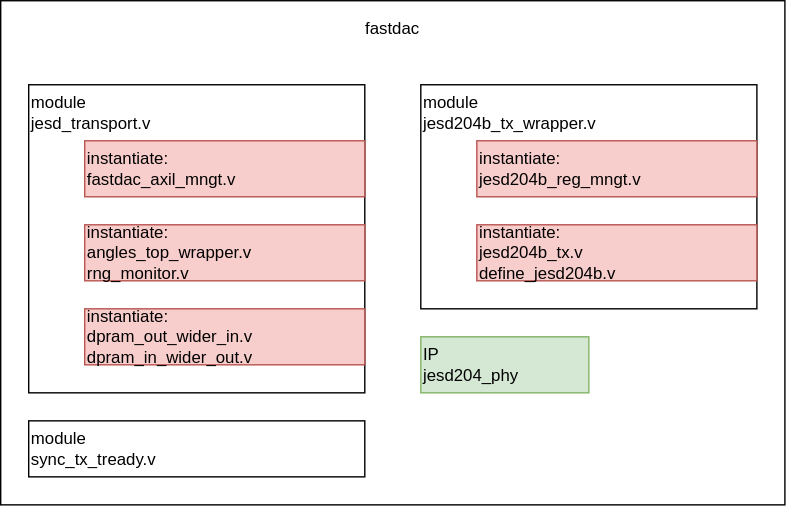
Earlier version of the draw.io export src/electronics/fpga/pics/fastdac_hier.svg (Veriqloud/kiwi_doc). Source tidied: cells renumbered, new cells last; positions are measured from the earlier drawing's top-left corner, leaving out a move shared by most shapes. Its diagram source:
```xml
<mxGraphModel background="#ffffff">
  <root>
    <mxCell id="0" />
    <mxCell id="1" parent="0" />
    <mxCell id="2" style="rounded=0;whiteSpace=wrap;html=1;fillColor=none;" parent="1" vertex="1">
      <mxGeometry width="560" height="360" as="geometry" />
    </mxCell>
    <mxCell id="3" style="rounded=0;whiteSpace=wrap;html=1;" parent="1" vertex="1">
      <mxGeometry x="20" y="60" width="240" height="220" as="geometry" />
    </mxCell>
    <mxCell id="4" value="&lt;div&gt;module&lt;/div&gt;&lt;div&gt;jesd_transport.v&lt;br&gt;&lt;/div&gt;" style="text;html=1;align=left;verticalAlign=middle;whiteSpace=wrap;rounded=0;" parent="1" vertex="1">
      <mxGeometry x="20" y="60" width="240" height="40" as="geometry" />
    </mxCell>
    <mxCell id="5" style="rounded=0;whiteSpace=wrap;html=1;" parent="1" vertex="1">
      <mxGeometry x="300" y="60" width="240" height="160" as="geometry" />
    </mxCell>
    <mxCell id="6" value="&lt;div&gt;module&lt;/div&gt;&lt;div&gt;jesd204b_tx_wrapper.v&lt;br&gt;&lt;/div&gt;" style="text;html=1;align=left;verticalAlign=middle;whiteSpace=wrap;rounded=0;" parent="1" vertex="1">
      <mxGeometry x="300" y="60" width="240" height="40" as="geometry" />
    </mxCell>
    <mxCell id="7" value="&lt;div&gt;IP&lt;br&gt;&lt;/div&gt;&lt;div&gt;jesd204_phy&lt;br&gt;&lt;/div&gt;" style="text;html=1;align=left;verticalAlign=middle;whiteSpace=wrap;rounded=0;fillColor=#d5e8d4;strokeColor=#82b366;" parent="1" vertex="1">
      <mxGeometry x="300" y="240" width="120" height="40" as="geometry" />
    </mxCell>
    <mxCell id="8" value="&lt;div&gt;instantiate:&lt;/div&gt;&lt;div&gt;jesd204b_reg_mngt.v&lt;br&gt;&lt;/div&gt;" style="text;html=1;align=left;verticalAlign=middle;whiteSpace=wrap;rounded=0;fillColor=#f8cecc;strokeColor=#b85450;" parent="1" vertex="1">
      <mxGeometry x="340" y="100" width="200" height="40" as="geometry" />
    </mxCell>
    <mxCell id="9" value="&lt;div&gt;instantiate:&lt;/div&gt;&lt;div&gt;jesd204b_tx.v&lt;br&gt;&lt;/div&gt;&lt;div&gt;define_jesd204b.v&lt;/div&gt;" style="text;html=1;align=left;verticalAlign=middle;whiteSpace=wrap;rounded=0;fillColor=#f8cecc;strokeColor=#b85450;" parent="1" vertex="1">
      <mxGeometry x="340" y="160" width="200" height="40" as="geometry" />
    </mxCell>
    <mxCell id="10" style="edgeStyle=orthogonalEdgeStyle;rounded=0;orthogonalLoop=1;jettySize=auto;html=1;exitX=0.5;exitY=1;exitDx=0;exitDy=0;" parent="1" edge="1" source="5" target="5">
      <mxGeometry relative="1" as="geometry" />
    </mxCell>
    <mxCell id="11" value="&lt;div&gt;instantiate:&lt;/div&gt;&lt;div&gt;fastdac_axil_mngt.v&lt;br&gt;&lt;/div&gt;" style="text;html=1;align=left;verticalAlign=middle;whiteSpace=wrap;rounded=0;fillColor=#f8cecc;strokeColor=#b85450;" parent="1" vertex="1">
      <mxGeometry x="60" y="100" width="200" height="40" as="geometry" />
    </mxCell>
    <mxCell id="12" value="&lt;div&gt;instantiate:&lt;/div&gt;&lt;div&gt;dpram_out_wider_in.v&lt;br&gt;&lt;/div&gt;&lt;div&gt;dpram_in_wider_out.v&lt;br&gt;&lt;/div&gt;" style="text;html=1;align=left;verticalAlign=middle;whiteSpace=wrap;rounded=0;fillColor=#f8cecc;strokeColor=#b85450;" parent="1" vertex="1">
      <mxGeometry x="60" y="220" width="200" height="40" as="geometry" />
    </mxCell>
    <mxCell id="13" value="fastdac" style="text;html=1;align=center;verticalAlign=middle;whiteSpace=wrap;rounded=0;" parent="1" vertex="1">
      <mxGeometry x="250" width="60" height="40" as="geometry" />
    </mxCell>
    <mxCell id="14" value="&lt;div align=&quot;left&quot;&gt;module&lt;/div&gt;&lt;div align=&quot;left&quot;&gt;sync_tx_tready.v&lt;/div&gt;" style="rounded=0;whiteSpace=wrap;html=1;align=left;" parent="1" vertex="1">
      <mxGeometry x="20" y="300" width="240" height="40" as="geometry" />
    </mxCell>
    <mxCell id="15" value="&lt;div&gt;instantiate:&lt;/div&gt;&lt;div&gt;angles_top_wrapper.v&lt;/div&gt;&lt;div&gt;rng_monitor.v&lt;/div&gt;" style="text;html=1;align=left;verticalAlign=middle;whiteSpace=wrap;rounded=0;fillColor=#f8cecc;strokeColor=#b85450;" parent="1" vertex="1">
      <mxGeometry x="60" y="160" width="200" height="40" as="geometry" />
    </mxCell>
  </root>
</mxGraphModel>
```
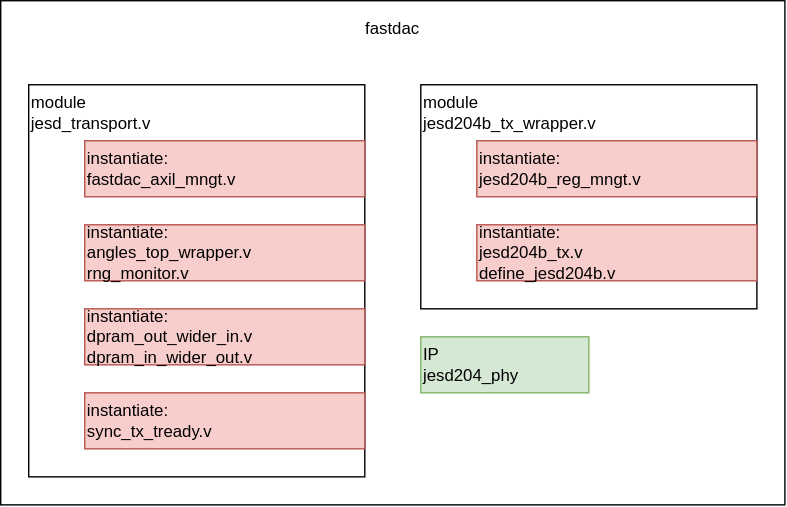
The same diagram one commit later.

What changed in the source:
```diff
@@ -6,7 +6,7 @@
       <mxGeometry width="560" height="360" as="geometry" />
     </mxCell>
     <mxCell id="3" style="rounded=0;whiteSpace=wrap;html=1;" parent="1" vertex="1">
-      <mxGeometry x="20" y="60" width="240" height="220" as="geometry" />
+      <mxGeometry x="20" y="60" width="240" height="280" as="geometry" />
     </mxCell>
     <mxCell id="4" value="&lt;div&gt;module&lt;/div&gt;&lt;div&gt;jesd_transport.v&lt;br&gt;&lt;/div&gt;" style="text;html=1;align=left;verticalAlign=middle;whiteSpace=wrap;rounded=0;" parent="1" vertex="1">
       <mxGeometry x="20" y="60" width="240" height="40" as="geometry" />
@@ -38,11 +38,11 @@
     <mxCell id="13" value="fastdac" style="text;html=1;align=center;verticalAlign=middle;whiteSpace=wrap;rounded=0;" parent="1" vertex="1">
       <mxGeometry x="250" width="60" height="40" as="geometry" />
     </mxCell>
-    <mxCell id="14" value="&lt;div align=&quot;left&quot;&gt;module&lt;/div&gt;&lt;div align=&quot;left&quot;&gt;sync_tx_tready.v&lt;/div&gt;" style="rounded=0;whiteSpace=wrap;html=1;align=left;" parent="1" vertex="1">
-      <mxGeometry x="20" y="300" width="240" height="40" as="geometry" />
-    </mxCell>
     <mxCell id="15" value="&lt;div&gt;instantiate:&lt;/div&gt;&lt;div&gt;angles_top_wrapper.v&lt;/div&gt;&lt;div&gt;rng_monitor.v&lt;/div&gt;" style="text;html=1;align=left;verticalAlign=middle;whiteSpace=wrap;rounded=0;fillColor=#f8cecc;strokeColor=#b85450;" parent="1" vertex="1">
       <mxGeometry x="60" y="160" width="200" height="40" as="geometry" />
     </mxCell>
+    <mxCell id="16" value="&lt;div&gt;instantiate:&lt;/div&gt;&lt;div&gt;sync_tx_tready.v&lt;/div&gt;" style="text;html=1;align=left;verticalAlign=middle;whiteSpace=wrap;rounded=0;fillColor=#f8cecc;strokeColor=#b85450;" parent="1" vertex="1">
+      <mxGeometry x="60" y="280" width="200" height="40" as="geometry" />
+    </mxCell>
   </root>
 </mxGraphModel>
```
